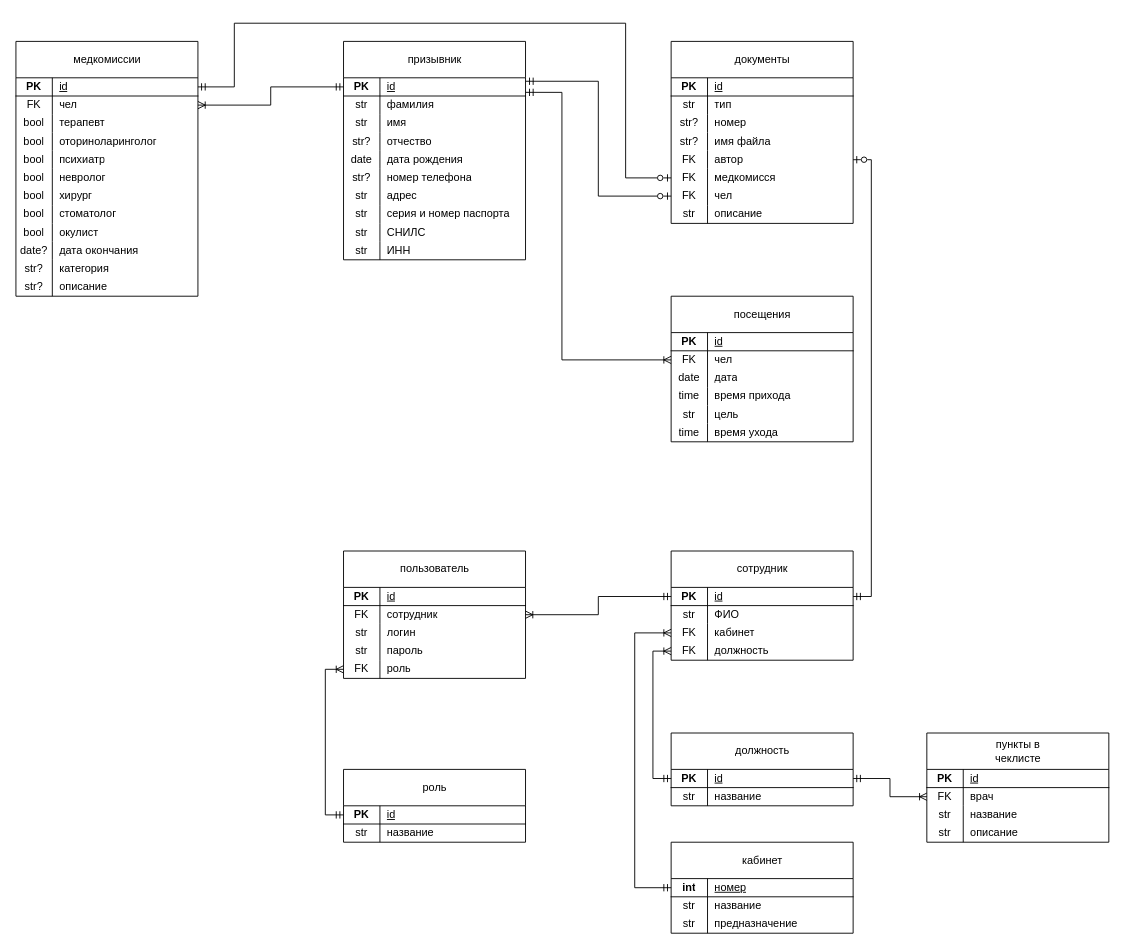
The draw.io diagram теоретическая часть/схемы/er физическая.drawio in ChesniChok/voenkomat, before the edit. Source tidied: cells renumbered, new cells numbered last; positions are measured from the earlier drawing's top-left corner, leaving out a move shared by most shapes. Both pictures are drawn from the tidied source at 91%, with x=0, y=0 at pixel (15, 23).
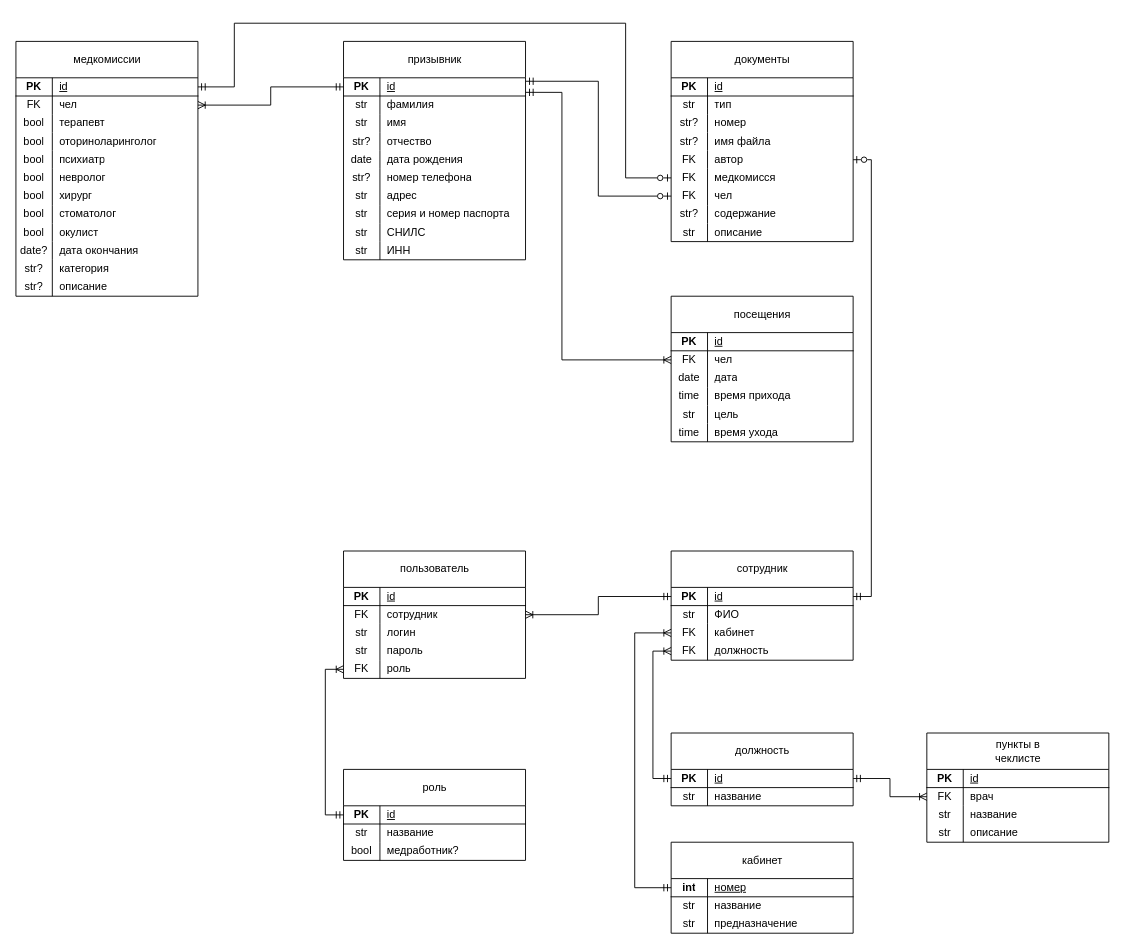
Above is the later version.

Unchanged cells that the change refers to:
```xml
<mxCell id="92" style="shape=tableRow;horizontal=0;startSize=0;swimlaneHead=0;swimlaneBody=0;fillColor=none;top=0;left=0;right=0;bottom=0;" parent="70" vertex="1">
  <mxGeometry y="180" width="200" height="20" as="geometry" />
</mxCell>
```

What changed in the source:
```diff
@@
     <mxCell id="70" value="&lt;span style=&quot;font-weight: 400; text-wrap-mode: wrap;&quot;&gt;документы&lt;/span&gt;" style="shape=table;startSize=40;childLayout=tableLayout;rowLines=0;fontStyle=1;align=center;html=1;" parent="1" vertex="1">
-      <mxGeometry x="720" y="20" width="200" height="200" as="geometry" />
+      <mxGeometry x="720" y="20" width="200" height="220" as="geometry" />
     </mxCell>
@@
-    <mxCell id="93" value="str" style="shape=partialRectangle;fillColor=none;top=0;left=0;bottom=0;right=0;overflow=hidden;whiteSpace=wrap;html=1;" parent="92" vertex="1">
+    <mxCell id="93" value="str?" style="shape=partialRectangle;fillColor=none;top=0;left=0;bottom=0;right=0;overflow=hidden;whiteSpace=wrap;html=1;" parent="92" vertex="1">
       <mxGeometry width="40" height="20" as="geometry" />
     </mxCell>
-    <mxCell id="94" value="описание" style="shape=partialRectangle;fillColor=none;top=0;left=0;bottom=0;right=0;align=left;spacingLeft=6;overflow=hidden;whiteSpace=wrap;html=1;" parent="92" vertex="1">
+    <mxCell id="94" value="содержание" style="shape=partialRectangle;fillColor=none;top=0;left=0;bottom=0;right=0;align=left;spacingLeft=6;overflow=hidden;whiteSpace=wrap;html=1;" parent="92" vertex="1">
       <mxGeometry x="40" width="160" height="20" as="geometry" />
     </mxCell>
+    <mxCell id="190" style="shape=tableRow;horizontal=0;startSize=0;swimlaneHead=0;swimlaneBody=0;fillColor=none;top=0;left=0;right=0;bottom=0;" parent="70" vertex="1">
+      <mxGeometry y="200" width="200" height="20" as="geometry" />
+    </mxCell>
+    <mxCell id="191" value="str" style="shape=partialRectangle;fillColor=none;top=0;left=0;bottom=0;right=0;overflow=hidden;whiteSpace=wrap;html=1;" parent="190" vertex="1">
+      <mxGeometry width="40" height="20" as="geometry" />
+    </mxCell>
+    <mxCell id="192" value="описание" style="shape=partialRectangle;fillColor=none;top=0;left=0;bottom=0;right=0;align=left;spacingLeft=6;overflow=hidden;whiteSpace=wrap;html=1;" parent="190" vertex="1">
+      <mxGeometry x="40" width="160" height="20" as="geometry" />
+    </mxCell>
@@
     <mxCell id="127" value="&lt;span style=&quot;font-weight: 400; text-wrap-mode: wrap;&quot;&gt;роль&lt;/span&gt;" style="shape=table;startSize=40;childLayout=tableLayout;rowLines=0;fontStyle=1;align=center;html=1;" parent="1" vertex="1">
-      <mxGeometry x="360" y="820" width="200" height="80" as="geometry" />
+      <mxGeometry x="360" y="820" width="200" height="100" as="geometry" />
     </mxCell>
@@
+    <mxCell id="193" style="shape=tableRow;horizontal=0;startSize=0;swimlaneHead=0;swimlaneBody=0;fillColor=none;top=0;left=0;right=0;bottom=0;" parent="127" vertex="1">
+      <mxGeometry y="80" width="200" height="20" as="geometry" />
+    </mxCell>
+    <mxCell id="194" value="bool" style="shape=partialRectangle;fillColor=none;top=0;left=0;bottom=0;right=0;overflow=hidden;whiteSpace=wrap;html=1;" parent="193" vertex="1">
+      <mxGeometry width="40" height="20" as="geometry" />
+    </mxCell>
+    <mxCell id="195" value="медработник?" style="shape=partialRectangle;fillColor=none;top=0;left=0;bottom=0;right=0;align=left;spacingLeft=6;overflow=hidden;whiteSpace=wrap;html=1;" parent="193" vertex="1">
+      <mxGeometry x="40" width="160" height="20" as="geometry" />
+    </mxCell>
```
